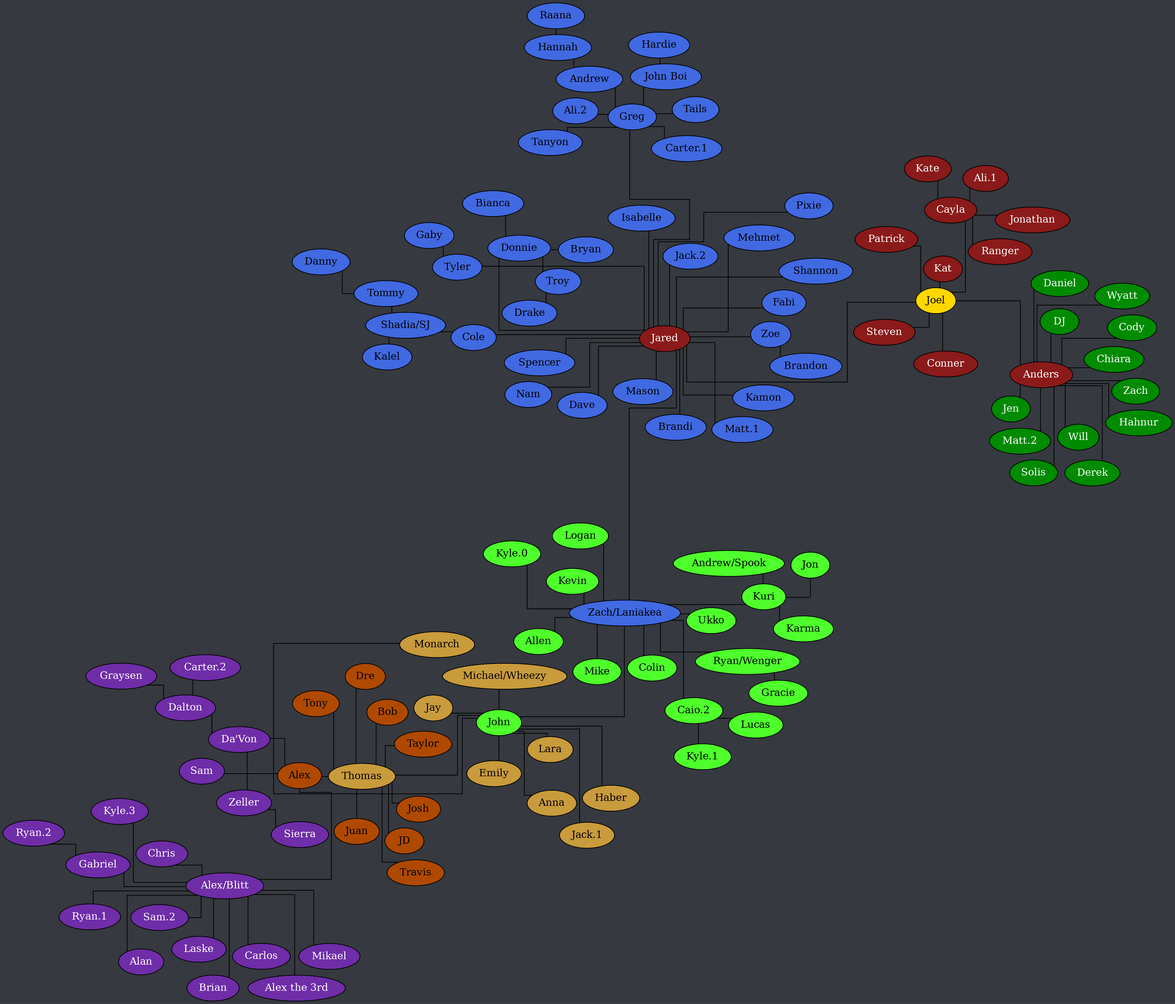
Before: tree.png, a diagram exported from Graphviz (Documidas/CoronaCatzFamilyTree). Its source is kept beside it as tree.dot.
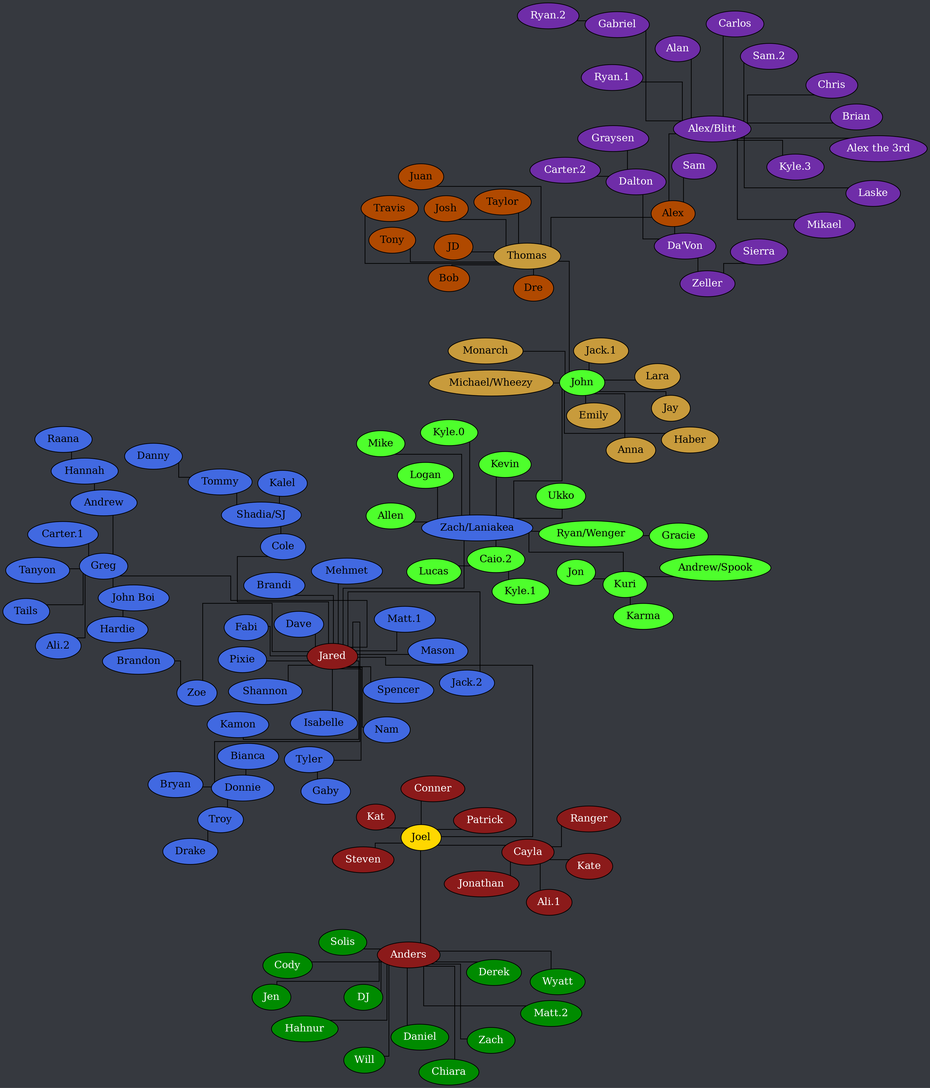
After the change.

Diff of the diagram source:
```diff
@@ -99,7 +99,6 @@
 		"Ryan/Wenger" -- Gracie;
 		"Zach/Laniakea" -- Allen;
 		"Zach/Laniakea" -- "Caio.2";
-		"Zach/Laniakea" -- Colin;
 		"Zach/Laniakea" -- John;
 		"Zach/Laniakea" -- Logan;
 		"Zach/Laniakea" -- Kevin;
```
